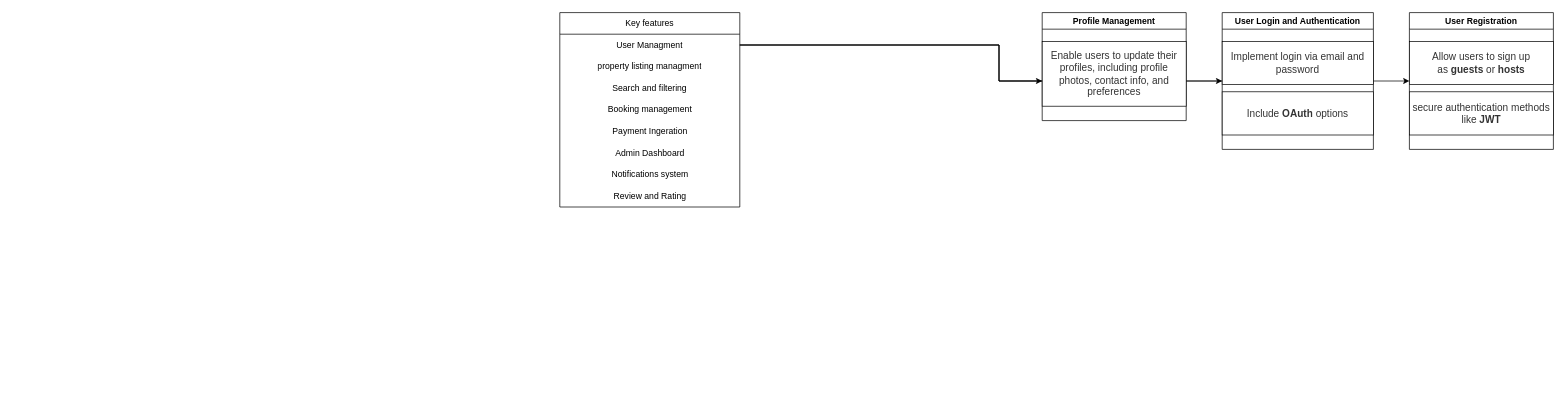
Before: airBnB.drawio in Dinamow/alx-airbnb-project-documentation, a draw.io diagram. Source tidied: cells renumbered, new cells numbered last; positions are measured from the earlier drawing's top-left corner, leaving out a move shared by most shapes. Both pictures are drawn from the tidied source at 72%, with x=0, y=0 at pixel (559, 12).
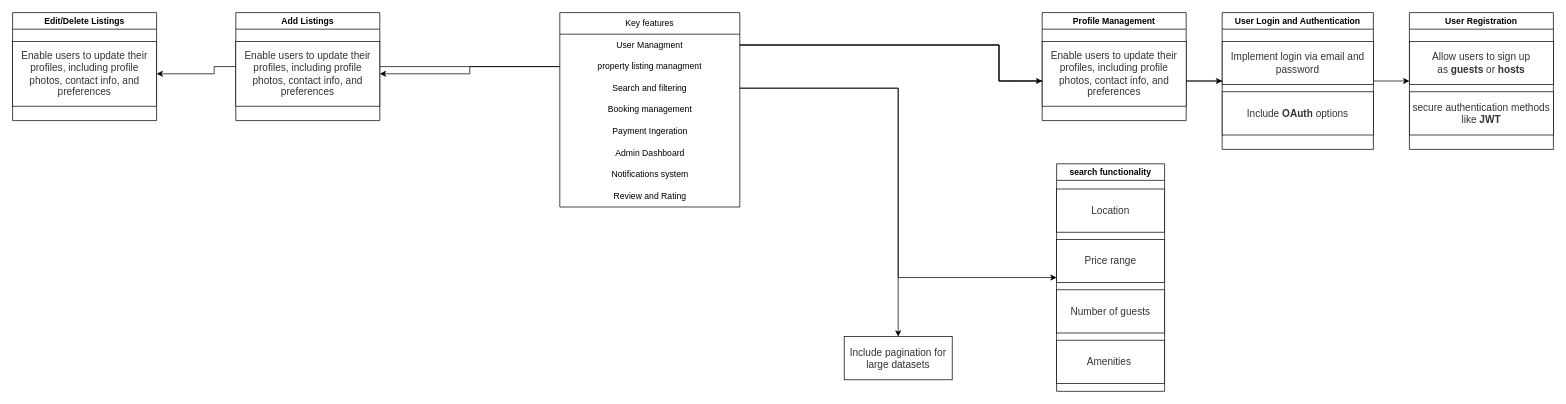
After the change.

Commit message:
search and filtering docs

Unchanged cells that the change refers to:
```xml
<mxCell id="4" value="property listing managment" style="text;strokeColor=none;fillColor=none;align=center;verticalAlign=middle;spacingLeft=4;spacingRight=4;overflow=hidden;points=[[0,0.5],[1,0.5]];portConstraint=eastwest;whiteSpace=wrap;html=1;" parent="2" vertex="1">
  <mxGeometry y="60" width="250" height="30" as="geometry" />
</mxCell>
<mxCell id="5" value="Search and filtering" style="text;strokeColor=none;fillColor=none;align=center;verticalAlign=middle;spacingLeft=4;spacingRight=4;overflow=hidden;points=[[0,0.5],[1,0.5]];portConstraint=eastwest;whiteSpace=wrap;html=1;" parent="2" vertex="1">
  <mxGeometry y="90" width="250" height="30" as="geometry" />
</mxCell>
```

What changed in the source:
```diff
@@
+    <mxCell id="22" value="Edit/Delete Listings" style="swimlane;" parent="1" vertex="1">
+      <mxGeometry x="-760" width="200" height="150" as="geometry" />
+    </mxCell>
+    <mxCell id="23" value="&lt;span style=&quot;color: rgb(51, 51, 51); font-family: aktiv-grotesk, sans-serif; font-size: 14px; text-align: left; background-color: rgb(255, 255, 255);&quot;&gt;Enable users to update their profiles, including profile photos, contact info, and preferences&lt;/span&gt;" style="whiteSpace=wrap;html=1;align=center;newEdgeStyle={&quot;edgeStyle&quot;:&quot;elbowEdgeStyle&quot;,&quot;startArrow&quot;:&quot;none&quot;,&quot;endArrow&quot;:&quot;none&quot;};" parent="22" vertex="1">
+      <mxGeometry y="40" width="200" height="90" as="geometry" />
+    </mxCell>
+    <mxCell id="24" style="edgeStyle=orthogonalEdgeStyle;rounded=0;jettySize=auto;html=1;entryX=1;entryY=0.5;entryDx=0;entryDy=0;" parent="1" edge="1" source="4" target="23">
+      <mxGeometry relative="1" as="geometry">
+        <Array as="points">
+          <mxPoint x="-480" y="75" />
+          <mxPoint x="-480" y="85" />
+        </Array>
+      </mxGeometry>
+    </mxCell>
+    <mxCell id="25" value="Add Listings" style="swimlane;" parent="1" vertex="1">
+      <mxGeometry x="-450" width="200" height="150" as="geometry" />
+    </mxCell>
+    <mxCell id="26" value="&lt;span style=&quot;color: rgb(51, 51, 51); font-family: aktiv-grotesk, sans-serif; font-size: 14px; text-align: left; background-color: rgb(255, 255, 255);&quot;&gt;Enable users to update their profiles, including profile photos, contact info, and preferences&lt;/span&gt;" style="whiteSpace=wrap;html=1;align=center;newEdgeStyle={&quot;edgeStyle&quot;:&quot;elbowEdgeStyle&quot;,&quot;startArrow&quot;:&quot;none&quot;,&quot;endArrow&quot;:&quot;none&quot;};" parent="25" vertex="1">
+      <mxGeometry y="40" width="200" height="90" as="geometry" />
+    </mxCell>
+    <mxCell id="27" style="edgeStyle=orthogonalEdgeStyle;rounded=0;jettySize=auto;html=1;entryX=1;entryY=0.5;entryDx=0;entryDy=0;" parent="1" edge="1" source="4" target="26">
+      <mxGeometry relative="1" as="geometry" />
+    </mxCell>
+    <mxCell id="28" value="search functionality" style="swimlane;" parent="1" vertex="1">
+      <mxGeometry x="690" y="210" width="150" height="316" as="geometry" />
+    </mxCell>
+    <mxCell id="29" value="&lt;span style=&quot;background-color: rgb(255, 255, 255); color: rgb(51, 51, 51); font-family: aktiv-grotesk, sans-serif; font-size: 14px; text-align: left;&quot;&gt;Location&lt;/span&gt;" style="whiteSpace=wrap;html=1;align=center;newEdgeStyle={&quot;edgeStyle&quot;:&quot;elbowEdgeStyle&quot;,&quot;startArrow&quot;:&quot;none&quot;,&quot;endArrow&quot;:&quot;none&quot;};" parent="28" vertex="1">
+      <mxGeometry y="35" width="150" height="60" as="geometry" />
+    </mxCell>
+    <mxCell id="30" value="&lt;span style=&quot;background-color: rgb(255, 255, 255); color: rgb(51, 51, 51); font-family: aktiv-grotesk, sans-serif; font-size: 14px; text-align: left;&quot;&gt;Price range&lt;/span&gt;" style="whiteSpace=wrap;html=1;align=center;newEdgeStyle={&quot;edgeStyle&quot;:&quot;elbowEdgeStyle&quot;,&quot;startArrow&quot;:&quot;none&quot;,&quot;endArrow&quot;:&quot;none&quot;};" parent="28" vertex="1">
+      <mxGeometry y="105" width="150" height="60" as="geometry" />
+    </mxCell>
+    <mxCell id="31" value="&lt;span style=&quot;background-color: rgb(255, 255, 255); color: rgb(51, 51, 51); font-family: aktiv-grotesk, sans-serif; font-size: 14px; text-align: left;&quot;&gt;Number of guests&lt;/span&gt;" style="whiteSpace=wrap;html=1;align=center;newEdgeStyle={&quot;edgeStyle&quot;:&quot;elbowEdgeStyle&quot;,&quot;startArrow&quot;:&quot;none&quot;,&quot;endArrow&quot;:&quot;none&quot;};" parent="28" vertex="1">
+      <mxGeometry y="175" width="150" height="60" as="geometry" />
+    </mxCell>
+    <mxCell id="32" value="&lt;span style=&quot;color: rgb(51, 51, 51); font-family: aktiv-grotesk, sans-serif; font-size: 14px; text-align: left; background-color: rgb(255, 255, 255);&quot;&gt;Amenities&amp;nbsp;&lt;/span&gt;" style="whiteSpace=wrap;html=1;align=center;newEdgeStyle={&quot;edgeStyle&quot;:&quot;elbowEdgeStyle&quot;,&quot;startArrow&quot;:&quot;none&quot;,&quot;endArrow&quot;:&quot;none&quot;};" parent="28" vertex="1">
+      <mxGeometry y="245" width="150" height="60" as="geometry" />
+    </mxCell>
+    <mxCell id="33" style="edgeStyle=orthogonalEdgeStyle;rounded=0;jettySize=auto;html=1;entryX=0;entryY=0.5;entryDx=0;entryDy=0;exitX=1;exitY=0.5;exitDx=0;exitDy=0;" parent="1" edge="1" source="5" target="28">
+      <mxGeometry relative="1" as="geometry" />
+    </mxCell>
+    <mxCell id="34" value="&lt;span style=&quot;color: rgb(51, 51, 51); font-family: aktiv-grotesk, sans-serif; font-size: 14px; text-align: left; background-color: rgb(255, 255, 255);&quot;&gt;Include pagination for large datasets&lt;/span&gt;" style="whiteSpace=wrap;html=1;align=center;newEdgeStyle={&quot;edgeStyle&quot;:&quot;elbowEdgeStyle&quot;,&quot;startArrow&quot;:&quot;none&quot;,&quot;endArrow&quot;:&quot;none&quot;};" parent="1" vertex="1">
+      <mxGeometry x="395" y="450" width="150" height="60" as="geometry" />
+    </mxCell>
+    <mxCell id="35" style="edgeStyle=orthogonalEdgeStyle;rounded=0;jettySize=auto;html=1;entryX=0.5;entryY=0;entryDx=0;entryDy=0;" parent="1" edge="1" source="5" target="34">
+      <mxGeometry relative="1" as="geometry">
+        <Array as="points">
+          <mxPoint x="470" y="105" />
+          <mxPoint x="470" y="440" />
+        </Array>
+      </mxGeometry>
+    </mxCell>
```
